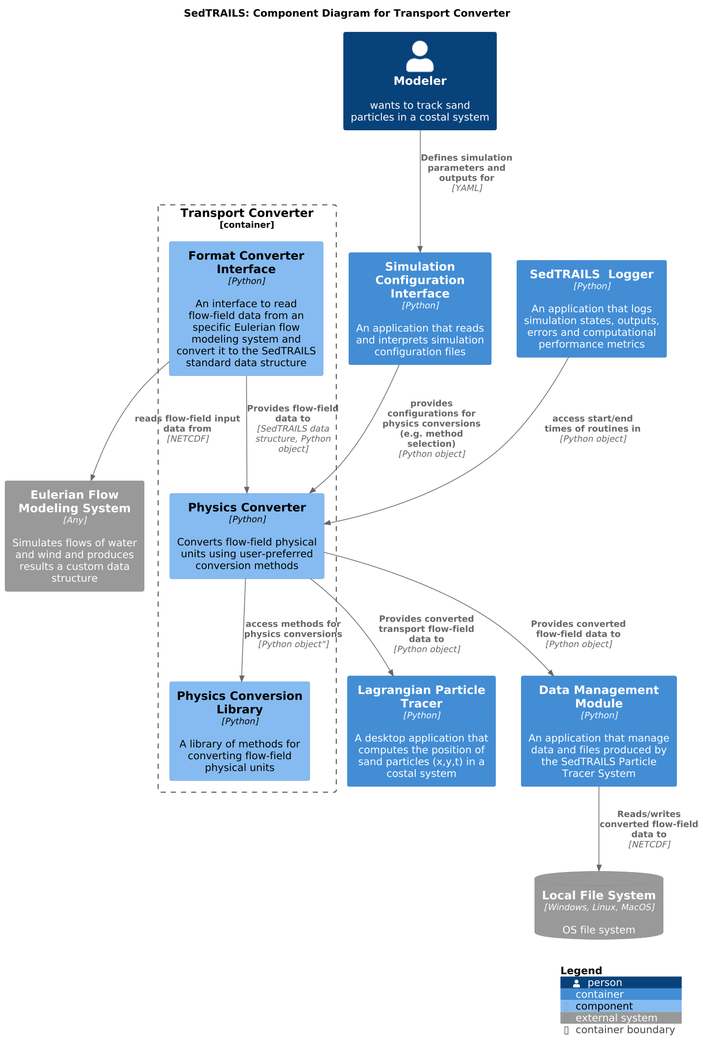
Above: docs/_static/img/architecture/SedtrailComponentsTransportConverter.png in sgpearson17/sedtrails-sgp (PlantUML), before the change.
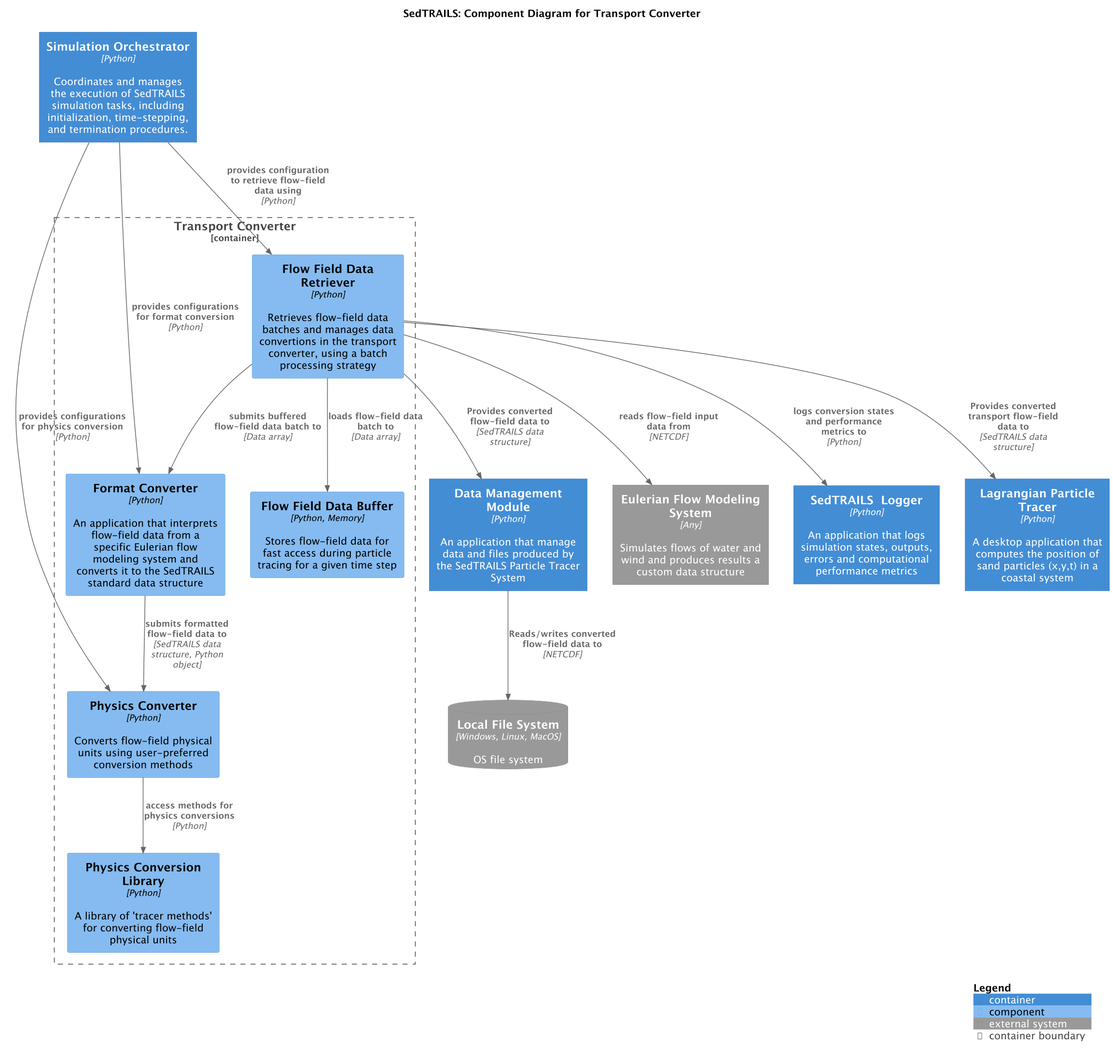
After the commit.

Diff of the diagram source:
```diff
@@ -4,41 +4,36 @@
 title SedTRAILS: Component Diagram for Transport Converter
 scale 1.5
 
-Person(modeler, "Modeler", "wants to track sand particles in a costal system")
-
-Container(configInterface, "Simulation Configuration Interface", "Python", "An application that reads and interprets simulation configuration files")
+Container(simOrchestrator, "Simulation Orchestrator", "Python", "Coordinates and manages the execution of SedTRAILS simulation tasks, including initialization, time-stepping, and termination procedures.")
 
 Container_Boundary(transportConverter, "Transport Converter"){
+    Component(formatConverter, "Format Converter", "Python", "An application that interprets flow-field data from a specific Eulerian flow modeling system and converts it to the SedTRAILS standard data structure")
+    Component(physicsConverter, "Physics Converter", "Python", "Converts flow-field physical units using user-preferred conversion methods")
+    Component(physicsLibrary, "Physics Conversion Library", "Python", "A library of 'tracer methods' for converting flow-field physical units")
+    Component(flowDataRetriever, "Flow Field Data Retriever", "Python", "Retrieves flow-field data batches and manages data convertions in the transport converter, using a batch processing strategy")
+    Component(flowDataBuffer, "Flow Field Data Buffer", "Python, Memory", "Stores flow-field data for fast access during particle tracing for a given time step")
 
-    Component(formatConverter, "Format Converter Interface", "Python", "An interface to read flow-field data from an specific Eulerian flow modeling system and convert it to the SedTRAILS standard data structure")
-
-    Component(physicsConverter, "Physics Converter", "Python", "Converts flow-field physical units using user-preferred conversion methods")
-
-    Component(physicsLibrary, "Physics Conversion Library", "Python", "A library of methods for converting flow-field physical units")
-
-    Rel(physicsConverter, physicsLibrary, "access methods for physics conversions", Python object")
-
-    Rel(formatConverter, physicsConverter, "Provides flow-field data to", "SedTRAILS data structure, Python object")
-    Rel(modeler, configInterface, "Defines simulation parameters and outputs for", "YAML")
-    Rel(configInterface, physicsConverter, "provides configurations for physics conversions (e.g. method selection)", "Python object")
+    Rel(physicsConverter, physicsLibrary, "access methods for physics conversions", "Python")
+    Rel(formatConverter, physicsConverter, "submits formatted flow-field data to", "SedTRAILS data structure, Python object")
+    Rel(flowDataRetriever, flowDataBuffer, "loads flow-field data batch to", "Data array")
+    Rel(simOrchestrator, flowDataRetriever, "provides configuration to retrieve flow-field data using", "Python")
+    Rel(simOrchestrator, formatConverter, "provides configurations for format conversion", "Python")
+    Rel(simOrchestrator, physicsConverter, "provides configurations for physics conversion", "Python")
+    Rel(flowDataRetriever, formatConverter, "submits buffered flow-field data batch to", "Data array")
 }
 
 Container(sedtrailsLogger, "SedTRAILS  Logger", "Python", "An application that logs simulation states, outputs, errors and computational performance metrics")
-
-Container(particleTracer, "Lagrangian Particle Tracer", "Python", "A desktop application that computes the position of sand particles (x,y,t) in a costal system")
-
+Container(particleTracer, "Lagrangian Particle Tracer", "Python", "A desktop application that computes the position of sand particles (x,y,t) in a coastal system")
 Container(dataManager, "Data Management Module", "Python", "An application that manage data and files produced by the SedTRAILS Particle Tracer System")
 
 System_Ext(flowSystem, "Eulerian Flow Modeling System", "Simulates flows of water and wind and produces results a custom data structure", $type="Any")
 SystemDb_Ext(fileSystem, "Local File System", "OS file system", $type="Windows, Linux, MacOS")
 
-Rel(physicsConverter, dataManager, "Provides converted flow-field data to", "Python object")
-Rel(sedtrailsLogger, physicsConverter, "access start/end times of routines in", "Python object")
-
-Rel(physicsConverter, particleTracer, "Provides converted transport flow-field data to", "Python object")
+Rel(flowDataRetriever, dataManager, "Provides converted flow-field data to", "SedTRAILS data structure")
+Rel(flowDataRetriever, sedtrailsLogger, "logs conversion states and performance metrics to", "Python")
+Rel(flowDataRetriever, particleTracer, "Provides converted transport flow-field data to", "SedTRAILS data structure")
 Rel(dataManager, fileSystem, "Reads/writes converted flow-field data to", "NETCDF")
-
-Rel(formatConverter, flowSystem, "reads flow-field input data from", "NETCDF")
+Rel(flowDataRetriever, flowSystem, "reads flow-field input data from", "NETCDF")
 
 SHOW_LEGEND()
 @enduml
```
